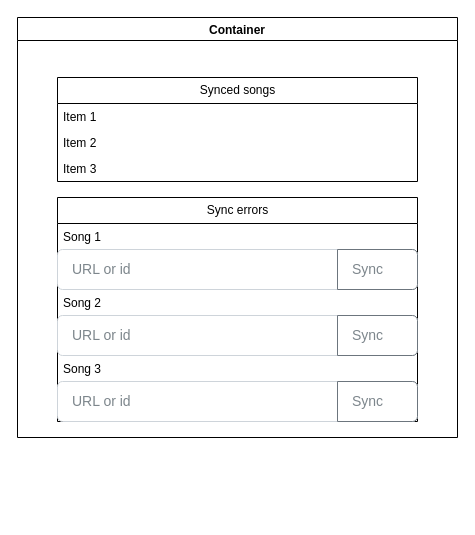
geosdevs/playsync-sketches keeps this draw.io diagram as modal add song manually.drawio. Above is the earlier version. Source tidied: cells renumbered, new cells numbered last; positions are measured from the earlier drawing's top-left corner, leaving out a move shared by most shapes. Both pictures are drawn from the tidied source at 100%, with x=0, y=0 at pixel (17, 17).
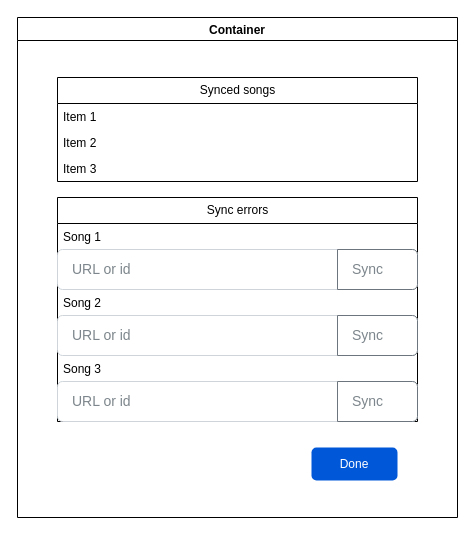
The same diagram, later.

Diff of the diagram source:
```diff
@@
 <mxGraphModel>
   <root>
     <mxCell id="0" />
     <mxCell id="1" parent="0" />
     <mxCell id="2" value="Container" style="swimlane;" parent="1" vertex="1">
-      <mxGeometry width="440" height="420" as="geometry" />
+      <mxGeometry width="440" height="500" as="geometry" />
     </mxCell>
     <mxCell id="3" value="Sync errors" style="swimlane;fontStyle=0;horizontal=1;startSize=26;fillColor=none;html=1;" parent="2" vertex="1">
       <mxGeometry x="40" y="180" width="360" height="224" as="geometry" />
     </mxCell>
     <mxCell id="4" value="Song 1" style="text;strokeColor=none;fillColor=none;align=left;verticalAlign=top;spacingLeft=4;spacingRight=4;overflow=hidden;whiteSpace=wrap;html=1;" parent="3" vertex="1">
       <mxGeometry y="26" width="360" height="26" as="geometry" />
     </mxCell>
     <mxCell id="5" value="URL or id" style="html=1;shadow=0;dashed=0;shape=mxgraph.bootstrap.rrect;rSize=5;strokeColor=#CED4DA;html=1;whiteSpace=wrap;fillColor=#FFFFFF;fontColor=#7D868C;align=left;spacing=15;fontSize=14;" parent="3" vertex="1">
       <mxGeometry y="52" width="360" height="40" as="geometry" />
     </mxCell>
     <mxCell id="6" value="Sync" style="html=1;shadow=0;dashed=0;shape=mxgraph.bootstrap.rightButton;strokeColor=#6C757D;gradientColor=inherit;fontColor=inherit;fillColor=#ffffff;rSize=5;perimeter=none;whiteSpace=wrap;fontSize=14;align=left;spacing=15;" parent="5" vertex="1">
       <mxGeometry x="1" width="80" height="40" relative="1" as="geometry">
         <mxPoint x="-80" as="offset" />
       </mxGeometry>
     </mxCell>
     <mxCell id="7" value="Song 2" style="text;strokeColor=none;fillColor=none;align=left;verticalAlign=top;spacingLeft=4;spacingRight=4;overflow=hidden;whiteSpace=wrap;html=1;" parent="3" vertex="1">
       <mxGeometry y="92" width="360" height="26" as="geometry" />
     </mxCell>
     <mxCell id="8" value="URL or id" style="html=1;shadow=0;dashed=0;shape=mxgraph.bootstrap.rrect;rSize=5;strokeColor=#CED4DA;html=1;whiteSpace=wrap;fillColor=#FFFFFF;fontColor=#7D868C;align=left;spacing=15;fontSize=14;" parent="3" vertex="1">
       <mxGeometry y="118" width="360" height="40" as="geometry" />
     </mxCell>
     <mxCell id="9" value="Sync" style="html=1;shadow=0;dashed=0;shape=mxgraph.bootstrap.rightButton;strokeColor=#6C757D;gradientColor=inherit;fontColor=inherit;fillColor=#ffffff;rSize=5;perimeter=none;whiteSpace=wrap;fontSize=14;align=left;spacing=15;" parent="8" vertex="1">
       <mxGeometry x="1" width="80" height="40" relative="1" as="geometry">
         <mxPoint x="-80" as="offset" />
       </mxGeometry>
     </mxCell>
     <mxCell id="10" value="Song 3" style="text;strokeColor=none;fillColor=none;align=left;verticalAlign=top;spacingLeft=4;spacingRight=4;overflow=hidden;whiteSpace=wrap;html=1;" parent="3" vertex="1">
       <mxGeometry y="158" width="360" height="26" as="geometry" />
     </mxCell>
     <mxCell id="11" value="URL or id" style="html=1;shadow=0;dashed=0;shape=mxgraph.bootstrap.rrect;rSize=5;strokeColor=#CED4DA;html=1;whiteSpace=wrap;fillColor=#FFFFFF;fontColor=#7D868C;align=left;spacing=15;fontSize=14;" parent="3" vertex="1">
       <mxGeometry y="184" width="360" height="40" as="geometry" />
     </mxCell>
     <mxCell id="12" value="Sync" style="html=1;shadow=0;dashed=0;shape=mxgraph.bootstrap.rightButton;strokeColor=#6C757D;gradientColor=inherit;fontColor=inherit;fillColor=#ffffff;rSize=5;perimeter=none;whiteSpace=wrap;fontSize=14;align=left;spacing=15;" parent="11" vertex="1">
       <mxGeometry x="1" width="80" height="40" relative="1" as="geometry">
         <mxPoint x="-80" as="offset" />
       </mxGeometry>
     </mxCell>
     <mxCell id="13" value="Synced songs" style="swimlane;fontStyle=0;horizontal=1;startSize=26;fillColor=none;html=1;" parent="2" vertex="1">
       <mxGeometry x="40" y="60" width="360" height="104" as="geometry" />
     </mxCell>
     <mxCell id="14" value="Item 1" style="text;strokeColor=none;fillColor=none;align=left;verticalAlign=top;spacingLeft=4;spacingRight=4;overflow=hidden;whiteSpace=wrap;html=1;" parent="13" vertex="1">
       <mxGeometry y="26" width="360" height="26" as="geometry" />
     </mxCell>
     <mxCell id="15" value="Item 2" style="text;strokeColor=none;fillColor=none;align=left;verticalAlign=top;spacingLeft=4;spacingRight=4;overflow=hidden;whiteSpace=wrap;html=1;" parent="13" vertex="1">
       <mxGeometry y="52" width="360" height="26" as="geometry" />
     </mxCell>
     <mxCell id="16" value="Item 3" style="text;strokeColor=none;fillColor=none;align=left;verticalAlign=top;spacingLeft=4;spacingRight=4;overflow=hidden;whiteSpace=wrap;html=1;" parent="13" vertex="1">
       <mxGeometry y="78" width="360" height="26" as="geometry" />
     </mxCell>
+    <mxCell id="17" value="Done" style="rounded=1;fillColor=#0057D8;strokeColor=none;html=1;whiteSpace=wrap;fontColor=#ffffff;align=center;verticalAlign=middle;fontStyle=0;fontSize=12;sketch=0;" parent="2" vertex="1">
+      <mxGeometry x="294" y="430" width="86" height="33" as="geometry" />
+    </mxCell>
   </root>
 </mxGraphModel>
```
